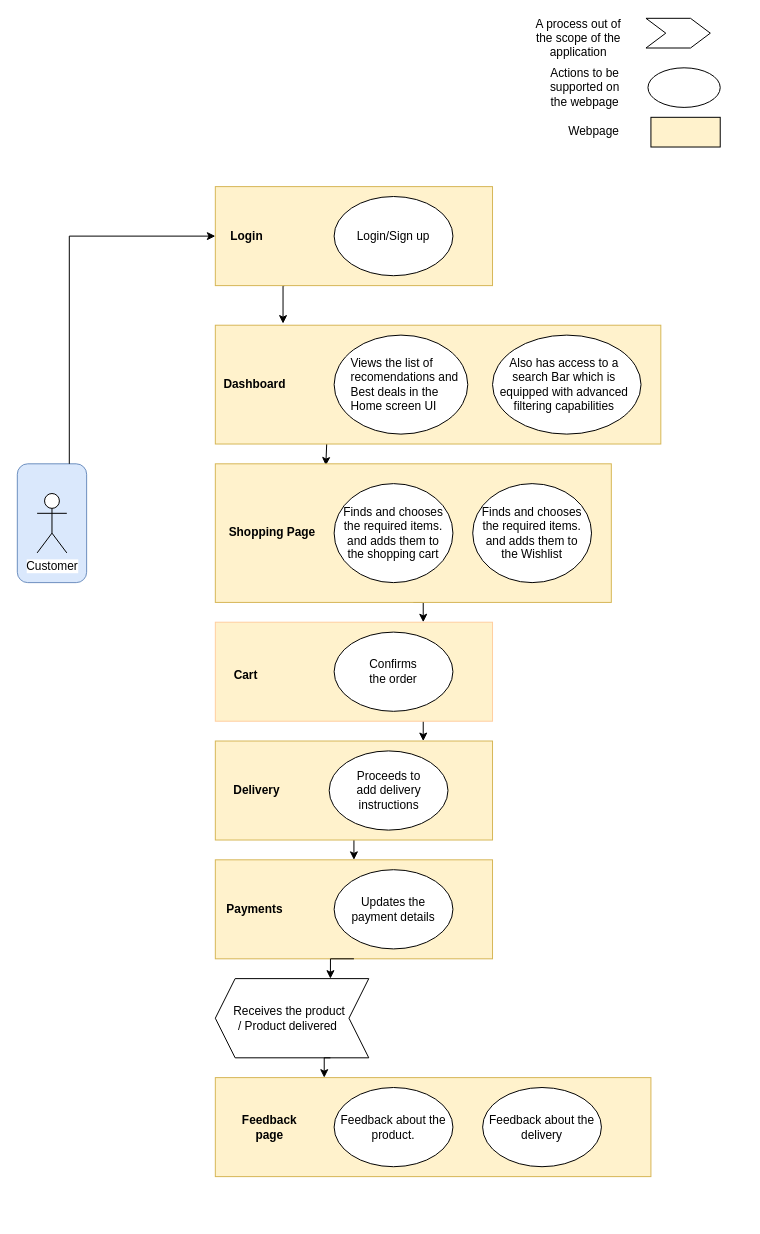
Before: media/customer.drawio in nsankethreddy/StockTrading-Simulator, a draw.io diagram. Source tidied: cells renumbered, new cells numbered last; positions are measured from the earlier drawing's top-left corner, leaving out a move shared by most shapes. Both pictures are drawn from the tidied source at 99%, with x=0, y=0 at pixel (17, 18).
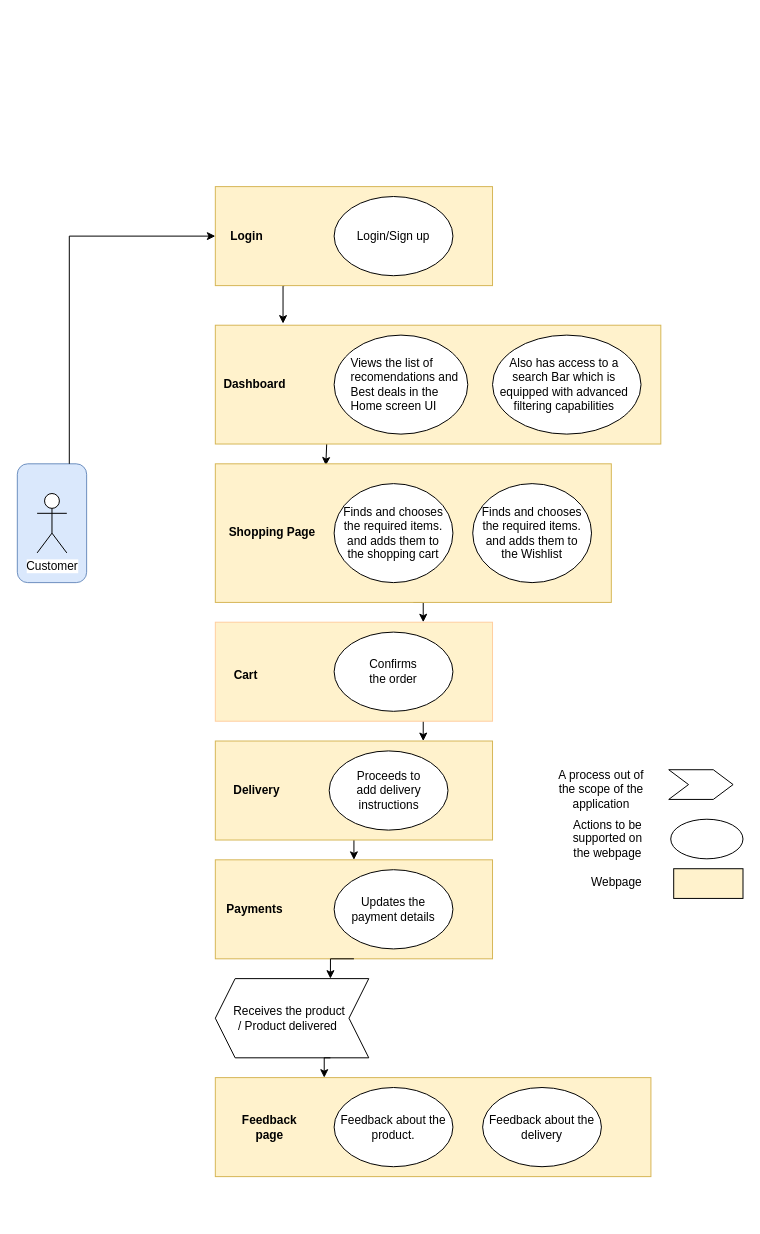
The same page after the edit.

Unchanged cells that the change refers to:
```xml
<mxCell id="5" style="rounded=0;whiteSpace=wrap;html=1;fillColor=#fff2cc;strokeColor=#d6b656;" parent="1" vertex="1">
  <mxGeometry x="200" y="170" width="280" height="100" as="geometry" />
</mxCell>
<mxCell id="16" style="rounded=1;whiteSpace=wrap;html=1;fillColor=#dae8fc;strokeColor=#6c8ebf;" parent="15" vertex="1">
  <mxGeometry width="70" height="120" as="geometry" />
</mxCell>
```

Diff of the diagram source:
```diff
@@
-    <mxCell id="63" style="rounded=0;whiteSpace=wrap;html=1;fillColor=#FFF2CC;" parent="1" vertex="1">
-      <mxGeometry x="640" y="100" width="70" height="30" as="geometry" />
-    </mxCell>
+    <mxCell id="67" style="edgeStyle=orthogonalEdgeStyle;rounded=0;jettySize=auto;html=1;exitX=0.75;exitY=0;exitDx=0;exitDy=0;entryX=0;entryY=0.5;entryDx=0;entryDy=0;" parent="1" edge="1" source="16" target="5">
+      <mxGeometry relative="1" as="geometry" />
+    </mxCell>
+    <mxCell id="70" style="rounded=0;whiteSpace=wrap;html=1;fillColor=#FFF2CC;" parent="1" vertex="1">
+      <mxGeometry x="663" y="859" width="70" height="30" as="geometry" />
+    </mxCell>
     <mxCell id="64" value="Webpage" style="text;html=1;" parent="1" vertex="1">
-      <mxGeometry x="555" y="100" width="80" height="30" as="geometry" />
+      <mxGeometry x="578" y="859" width="80" height="30" as="geometry" />
     </mxCell>
-    <mxCell id="65" style="ellipse;whiteSpace=wrap;html=1;" parent="1" vertex="1">
-      <mxGeometry x="637" y="50" width="73" height="40" as="geometry" />
-    </mxCell>
+    <mxCell id="71" style="ellipse;whiteSpace=wrap;html=1;" parent="1" vertex="1">
+      <mxGeometry x="660" y="809" width="73" height="40" as="geometry" />
+    </mxCell>
     <mxCell id="66" value="Actions to be supported on the webpage" style="text;html=1;strokeColor=none;fillColor=none;align=center;verticalAlign=middle;whiteSpace=wrap;rounded=0;" parent="1" vertex="1">
-      <mxGeometry x="530" y="60" width="87" height="20" as="geometry" />
+      <mxGeometry x="553" y="819" width="87" height="20" as="geometry" />
     </mxCell>
-    <mxCell id="67" style="edgeStyle=orthogonalEdgeStyle;rounded=0;jettySize=auto;html=1;exitX=0.75;exitY=0;exitDx=0;exitDy=0;entryX=0;entryY=0.5;entryDx=0;entryDy=0;" parent="1" edge="1" source="16" target="5">
-      <mxGeometry relative="1" as="geometry" />
-    </mxCell>
-    <mxCell id="68" style="shape=step;perimeter=stepPerimeter;whiteSpace=wrap;html=1;fixedSize=1;" parent="1" vertex="1">
-      <mxGeometry x="635" width="65" height="30" as="geometry" />
-    </mxCell>
+    <mxCell id="72" style="shape=step;perimeter=stepPerimeter;whiteSpace=wrap;html=1;fixedSize=1;" parent="1" vertex="1">
+      <mxGeometry x="658" y="759" width="65" height="30" as="geometry" />
+    </mxCell>
     <mxCell id="69" value="A process out of the scope of the application" style="text;html=1;strokeColor=none;fillColor=none;align=center;verticalAlign=middle;whiteSpace=wrap;rounded=0;" parent="1" vertex="1">
-      <mxGeometry x="517" y="10" width="100" height="20" as="geometry" />
+      <mxGeometry x="540" y="769" width="100" height="20" as="geometry" />
     </mxCell>
```
